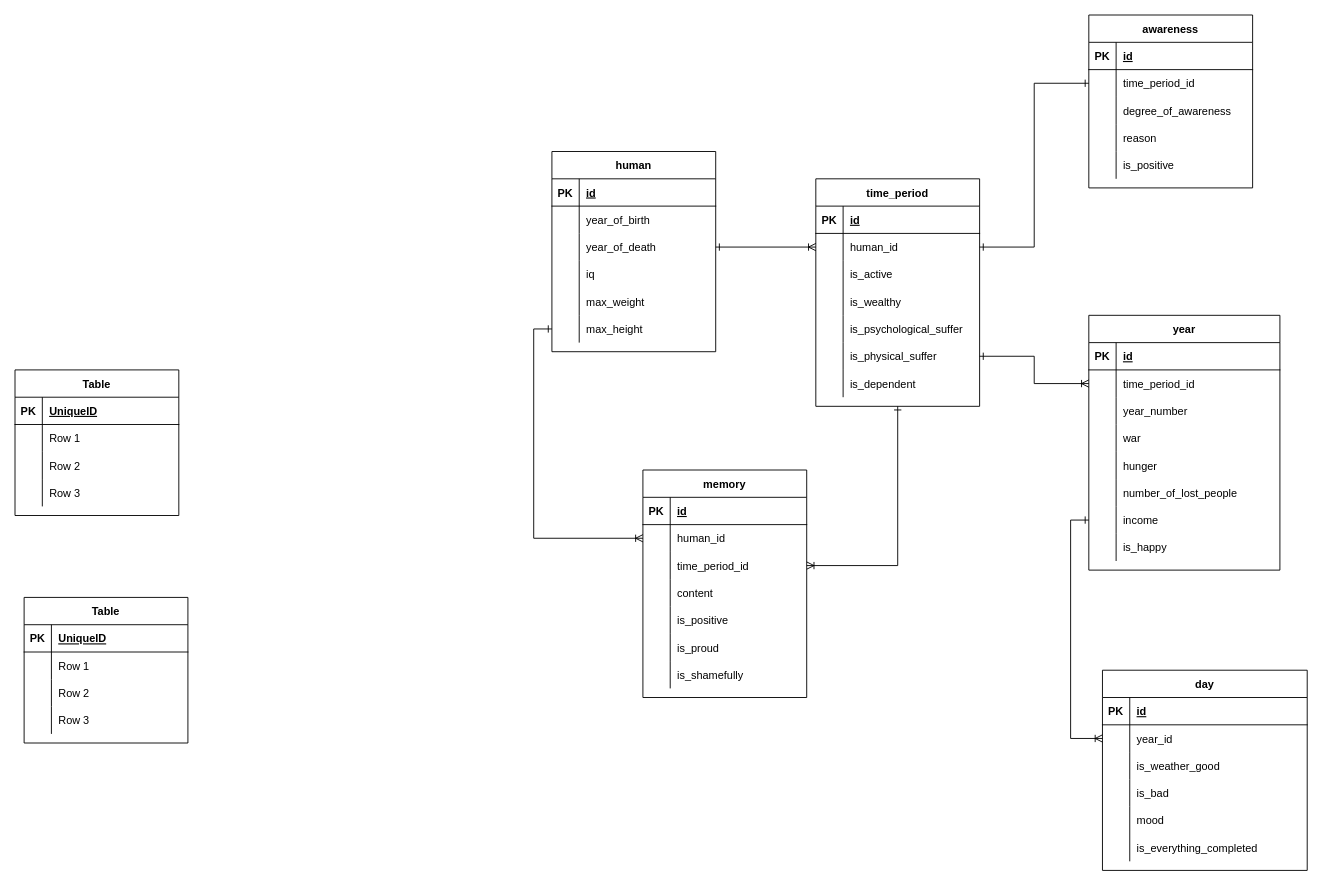
semwett0301/booking-java-back keeps this draw.io diagram as documentation/Untitled Diagram.drawio. Above is the earlier version. Source tidied: cells renumbered, new cells numbered last; positions are measured from the earlier drawing's top-left corner, leaving out a move shared by most shapes. Both pictures are drawn from the tidied source at 91%, with x=0, y=0 at pixel (15, 15).
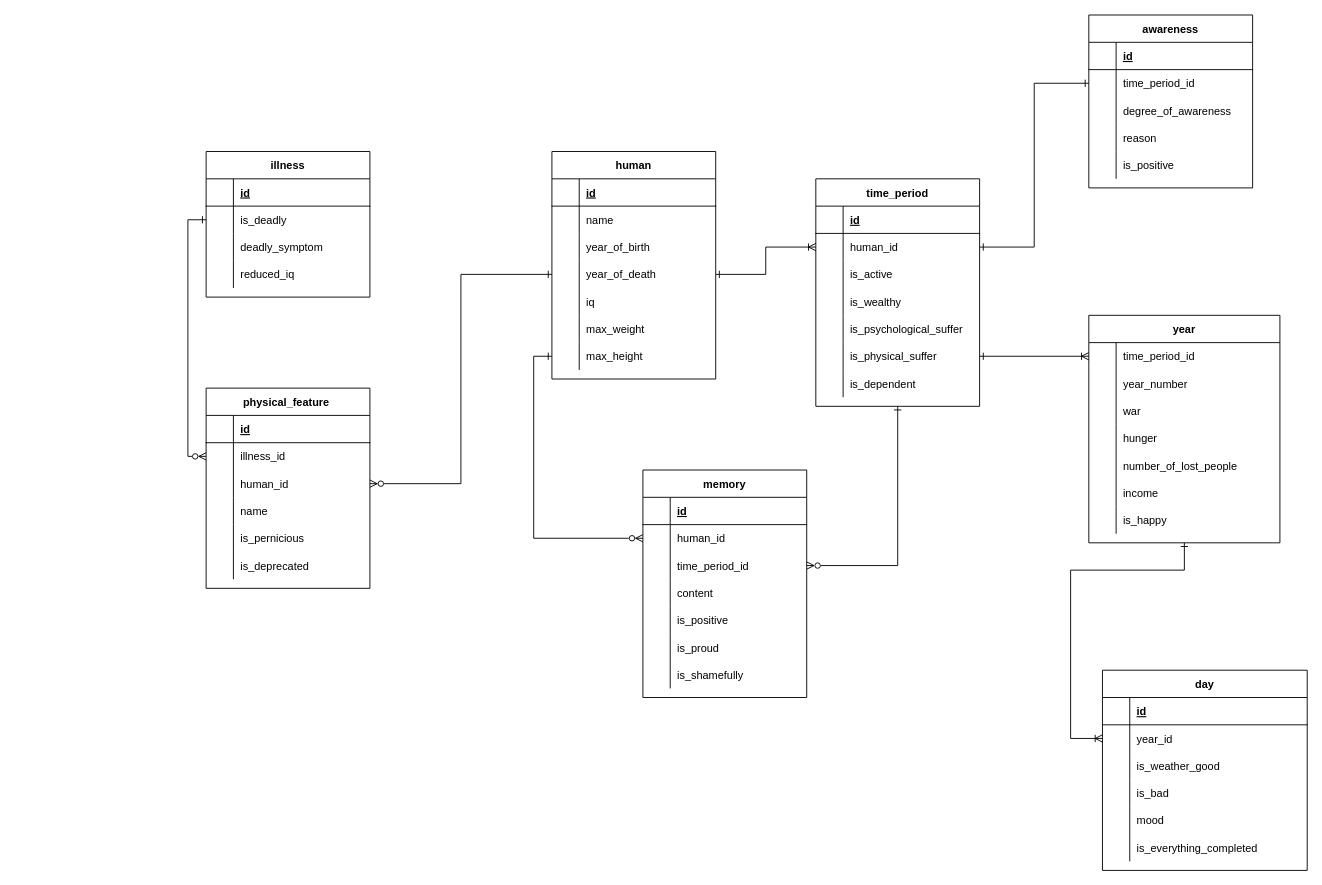
The same page after the edit.

The change refers to these unchanged cells:
```xml
<mxCell id="3" style="shape=tableRow;horizontal=0;startSize=0;swimlaneHead=0;swimlaneBody=0;fillColor=none;top=0;left=0;right=0;bottom=1;" parent="2" vertex="1">
  <mxGeometry y="30" width="180" height="30" as="geometry" />
</mxCell>
<mxCell id="6" style="shape=tableRow;horizontal=0;startSize=0;swimlaneHead=0;swimlaneBody=0;fillColor=none;points=[[0,0.5],[1,0.5]];portConstraint=eastwest;top=0;left=0;right=0;bottom=0;" parent="2" vertex="1">
  <mxGeometry y="60" width="180" height="30" as="geometry" />
</mxCell>
<mxCell id="9" style="shape=tableRow;horizontal=0;startSize=0;swimlaneHead=0;swimlaneBody=0;fillColor=none;points=[[0,0.5],[1,0.5]];portConstraint=eastwest;top=0;left=0;right=0;bottom=0;" parent="2" vertex="1">
  <mxGeometry y="90" width="180" height="30" as="geometry" />
</mxCell>
<mxCell id="25" style="shape=tableRow;horizontal=0;startSize=0;swimlaneHead=0;swimlaneBody=0;fillColor=none;top=0;left=0;right=0;bottom=1;" parent="24" vertex="1">
  <mxGeometry y="30" width="180" height="30" as="geometry" />
</mxCell>
<mxCell id="38" value="time_period" style="shape=table;startSize=30;childLayout=tableLayout;rowLines=0;fontStyle=1;align=center;" parent="1" vertex="1">
  <mxGeometry x="880" y="180" width="180" height="250" as="geometry" />
</mxCell>
<mxCell id="39" style="shape=tableRow;horizontal=0;startSize=0;swimlaneHead=0;swimlaneBody=0;fillColor=none;top=0;left=0;right=0;bottom=1;" parent="38" vertex="1">
  <mxGeometry y="30" width="180" height="30" as="geometry" />
</mxCell>
<mxCell id="61" style="shape=tableRow;horizontal=0;startSize=0;swimlaneHead=0;swimlaneBody=0;fillColor=none;top=0;left=0;right=0;bottom=1;" parent="60" vertex="1">
  <mxGeometry y="30" width="225" height="30" as="geometry" />
</mxCell>
<mxCell id="64" style="shape=tableRow;horizontal=0;startSize=0;swimlaneHead=0;swimlaneBody=0;fillColor=none;points=[[0,0.5],[1,0.5]];portConstraint=eastwest;top=0;left=0;right=0;bottom=0;" parent="60" vertex="1">
  <mxGeometry y="60" width="225" height="30" as="geometry" />
</mxCell>
<mxCell id="80" style="shape=tableRow;horizontal=0;startSize=0;swimlaneHead=0;swimlaneBody=0;fillColor=none;top=0;left=0;right=0;bottom=1;" parent="79" vertex="1">
  <mxGeometry y="30" width="180" height="30" as="geometry" />
</mxCell>
<mxCell id="96" style="shape=tableRow;horizontal=0;startSize=0;swimlaneHead=0;swimlaneBody=0;fillColor=none;top=0;left=0;right=0;bottom=1;" parent="95" vertex="1">
  <mxGeometry y="30" width="180" height="30" as="geometry" />
</mxCell>
<mxCell id="140" style="shape=tableRow;horizontal=0;startSize=0;swimlaneHead=0;swimlaneBody=0;fillColor=none;top=0;left=0;right=0;bottom=1;" parent="139" vertex="1">
  <mxGeometry y="30" width="180" height="30" as="geometry" />
</mxCell>
<mxCell id="143" style="shape=tableRow;horizontal=0;startSize=0;swimlaneHead=0;swimlaneBody=0;fillColor=none;points=[[0,0.5],[1,0.5]];portConstraint=eastwest;top=0;left=0;right=0;bottom=0;" parent="139" vertex="1">
  <mxGeometry y="60" width="180" height="30" as="geometry" />
</mxCell>
<mxCell id="146" style="shape=tableRow;horizontal=0;startSize=0;swimlaneHead=0;swimlaneBody=0;fillColor=none;points=[[0,0.5],[1,0.5]];portConstraint=eastwest;top=0;left=0;right=0;bottom=0;" parent="139" vertex="1">
  <mxGeometry y="90" width="180" height="30" as="geometry" />
</mxCell>
```

Change to the diagram source:
```diff
@@
-    <mxCell id="4" value="PK" style="shape=partialRectangle;fillColor=none;top=0;left=0;bottom=0;right=0;fontStyle=1;overflow=hidden;" parent="3" vertex="1">
+    <mxCell id="4" style="shape=partialRectangle;fillColor=none;top=0;left=0;bottom=0;right=0;fontStyle=1;overflow=hidden;" parent="3" vertex="1">
       <mxGeometry width="30" height="30" as="geometry" />
     </mxCell>
@@
-    <mxCell id="24" value="Table" style="shape=table;startSize=30;childLayout=tableLayout;rowLines=0;fontStyle=1;align=center;" parent="1" vertex="1">
-      <mxGeometry y="390" width="180" height="160" as="geometry" />
+    <mxCell id="24" value="illness" style="shape=table;startSize=30;childLayout=tableLayout;rowLines=0;fontStyle=1;align=center;" parent="1" vertex="1">
+      <mxGeometry x="210" y="150" width="180" height="160" as="geometry" />
     </mxCell>
@@
-    <mxCell id="26" value="PK" style="shape=partialRectangle;fillColor=none;top=0;left=0;bottom=0;right=0;fontStyle=1;overflow=hidden;" parent="25" vertex="1">
+    <mxCell id="26" style="shape=partialRectangle;fillColor=none;top=0;left=0;bottom=0;right=0;fontStyle=1;overflow=hidden;" parent="25" vertex="1">
       <mxGeometry width="30" height="30" as="geometry" />
     </mxCell>
-    <mxCell id="27" value="UniqueID" style="shape=partialRectangle;fillColor=none;top=0;left=0;bottom=0;right=0;align=left;spacingLeft=6;fontStyle=5;overflow=hidden;" parent="25" vertex="1">
+    <mxCell id="27" value="id" style="shape=partialRectangle;fillColor=none;top=0;left=0;bottom=0;right=0;align=left;spacingLeft=6;fontStyle=5;overflow=hidden;" parent="25" vertex="1">
       <mxGeometry x="30" width="150" height="30" as="geometry" />
     </mxCell>
-    <mxCell id="28" style="shape=tableRow;horizontal=0;startSize=0;swimlaneHead=0;swimlaneBody=0;fillColor=none;top=0;left=0;right=0;bottom=0;" parent="24" vertex="1">
-      <mxGeometry y="60" width="180" height="30" as="geometry" />
-    </mxCell>
-    <mxCell id="29" style="shape=partialRectangle;fillColor=none;top=0;left=0;bottom=0;right=0;overflow=hidden;" parent="28" vertex="1">
-      <mxGeometry width="30" height="30" as="geometry" />
-    </mxCell>
-    <mxCell id="30" value="Row 1" style="shape=partialRectangle;fillColor=none;top=0;left=0;bottom=0;right=0;align=left;spacingLeft=6;overflow=hidden;" parent="28" vertex="1">
-      <mxGeometry x="30" width="150" height="30" as="geometry" />
-    </mxCell>
     <mxCell id="31" style="shape=tableRow;horizontal=0;startSize=0;swimlaneHead=0;swimlaneBody=0;fillColor=none;points=[[0,0.5],[1,0.5]];portConstraint=eastwest;top=0;left=0;right=0;bottom=0;" parent="24" vertex="1">
-      <mxGeometry y="90" width="180" height="30" as="geometry" />
+      <mxGeometry y="60" width="180" height="30" as="geometry" />
     </mxCell>
@@
-    <mxCell id="33" value="Row 2" style="shape=partialRectangle;fillColor=none;top=0;left=0;bottom=0;right=0;align=left;spacingLeft=6;overflow=hidden;" parent="31" vertex="1">
+    <mxCell id="33" value="is_deadly" style="shape=partialRectangle;fillColor=none;top=0;left=0;bottom=0;right=0;align=left;spacingLeft=6;overflow=hidden;" parent="31" vertex="1">
       <mxGeometry x="30" width="150" height="30" as="geometry" />
     </mxCell>
     <mxCell id="34" style="shape=tableRow;horizontal=0;startSize=0;swimlaneHead=0;swimlaneBody=0;fillColor=none;top=0;left=0;right=0;bottom=0;" parent="24" vertex="1">
-      <mxGeometry y="120" width="180" height="30" as="geometry" />
+      <mxGeometry y="90" width="180" height="30" as="geometry" />
     </mxCell>
@@
-    <mxCell id="36" value="Row 3" style="shape=partialRectangle;fillColor=none;top=0;left=0;bottom=0;right=0;align=left;spacingLeft=6;overflow=hidden;" parent="34" vertex="1">
+    <mxCell id="36" value="deadly_symptom" style="shape=partialRectangle;fillColor=none;top=0;left=0;bottom=0;right=0;align=left;spacingLeft=6;overflow=hidden;" parent="34" vertex="1">
       <mxGeometry x="30" width="150" height="30" as="geometry" />
     </mxCell>
+    <mxCell id="157" style="shape=tableRow;horizontal=0;startSize=0;swimlaneHead=0;swimlaneBody=0;fillColor=none;top=0;left=0;right=0;bottom=0;" parent="24" vertex="1">
+      <mxGeometry y="120" width="180" height="30" as="geometry" />
+    </mxCell>
+    <mxCell id="158" style="shape=partialRectangle;fillColor=none;top=0;left=0;bottom=0;right=0;overflow=hidden;" parent="157" vertex="1">
+      <mxGeometry width="30" height="30" as="geometry" />
+    </mxCell>
+    <mxCell id="159" value="reduced_iq" style="shape=partialRectangle;fillColor=none;top=0;left=0;bottom=0;right=0;align=left;spacingLeft=6;overflow=hidden;" parent="157" vertex="1">
+      <mxGeometry x="30" width="150" height="30" as="geometry" />
+    </mxCell>
@@
-    <mxCell id="40" value="PK" style="shape=partialRectangle;fillColor=none;top=0;left=0;bottom=0;right=0;fontStyle=1;overflow=hidden;" parent="39" vertex="1">
+    <mxCell id="40" style="shape=partialRectangle;fillColor=none;top=0;left=0;bottom=0;right=0;fontStyle=1;overflow=hidden;" parent="39" vertex="1">
       <mxGeometry width="30" height="30" as="geometry" />
     </mxCell>
@@
-    <mxCell id="62" value="PK" style="shape=partialRectangle;fillColor=none;top=0;left=0;bottom=0;right=0;fontStyle=1;overflow=hidden;" parent="61" vertex="1">
+    <mxCell id="62" style="shape=partialRectangle;fillColor=none;top=0;left=0;bottom=0;right=0;fontStyle=1;overflow=hidden;" parent="61" vertex="1">
       <mxGeometry width="30" height="30" as="geometry" />
     </mxCell>
@@
-    <mxCell id="81" value="PK" style="shape=partialRectangle;fillColor=none;top=0;left=0;bottom=0;right=0;fontStyle=1;overflow=hidden;" parent="80" vertex="1">
+    <mxCell id="81" style="shape=partialRectangle;fillColor=none;top=0;left=0;bottom=0;right=0;fontStyle=1;overflow=hidden;" parent="80" vertex="1">
       <mxGeometry width="30" height="30" as="geometry" />
     </mxCell>
@@
     <mxCell id="95" value="human" style="shape=table;startSize=30;childLayout=tableLayout;rowLines=0;fontStyle=1;align=center;" parent="1" vertex="1">
-      <mxGeometry x="590" y="150" width="180" height="220" as="geometry" />
+      <mxGeometry x="590" y="150" width="180" height="250" as="geometry" />
     </mxCell>
@@
-    <mxCell id="97" value="PK" style="shape=partialRectangle;fillColor=none;top=0;left=0;bottom=0;right=0;fontStyle=1;overflow=hidden;" parent="96" vertex="1">
+    <mxCell id="97" style="shape=partialRectangle;fillColor=none;top=0;left=0;bottom=0;right=0;fontStyle=1;overflow=hidden;" parent="96" vertex="1">
       <mxGeometry width="30" height="30" as="geometry" />
     </mxCell>
@@
+    <mxCell id="28" style="shape=tableRow;horizontal=0;startSize=0;swimlaneHead=0;swimlaneBody=0;fillColor=none;top=0;left=0;right=0;bottom=0;" parent="95" vertex="1">
+      <mxGeometry y="60" width="180" height="30" as="geometry" />
+    </mxCell>
+    <mxCell id="160" style="shape=partialRectangle;fillColor=none;top=0;left=0;bottom=0;right=0;overflow=hidden;" parent="28" vertex="1">
+      <mxGeometry width="30" height="30" as="geometry" />
+    </mxCell>
+    <mxCell id="161" value="name" style="shape=partialRectangle;fillColor=none;top=0;left=0;bottom=0;right=0;align=left;spacingLeft=6;overflow=hidden;" parent="28" vertex="1">
+      <mxGeometry x="30" width="150" height="30" as="geometry" />
+    </mxCell>
     <mxCell id="99" style="shape=tableRow;horizontal=0;startSize=0;swimlaneHead=0;swimlaneBody=0;fillColor=none;top=0;left=0;right=0;bottom=0;" parent="95" vertex="1">
-      <mxGeometry y="60" width="180" height="30" as="geometry" />
+      <mxGeometry y="90" width="180" height="30" as="geometry" />
     </mxCell>
@@
     <mxCell id="102" style="shape=tableRow;horizontal=0;startSize=0;swimlaneHead=0;swimlaneBody=0;fillColor=none;points=[[0,0.5],[1,0.5]];portConstraint=eastwest;top=0;left=0;right=0;bottom=0;" parent="95" vertex="1">
-      <mxGeometry y="90" width="180" height="30" as="geometry" />
+      <mxGeometry y="120" width="180" height="30" as="geometry" />
     </mxCell>
@@
     <mxCell id="105" style="shape=tableRow;horizontal=0;startSize=0;swimlaneHead=0;swimlaneBody=0;fillColor=none;top=0;left=0;right=0;bottom=0;" parent="95" vertex="1">
-      <mxGeometry y="120" width="180" height="30" as="geometry" />
+      <mxGeometry y="150" width="180" height="30" as="geometry" />
     </mxCell>
@@
     <mxCell id="108" style="shape=tableRow;horizontal=0;startSize=0;swimlaneHead=0;swimlaneBody=0;fillColor=none;top=0;left=0;right=0;bottom=0;" parent="95" vertex="1">
-      <mxGeometry y="150" width="180" height="30" as="geometry" />
+      <mxGeometry y="180" width="180" height="30" as="geometry" />
     </mxCell>
@@
     <mxCell id="111" style="shape=tableRow;horizontal=0;startSize=0;swimlaneHead=0;swimlaneBody=0;fillColor=none;points=[[0,0.5],[1,0.5]];portConstraint=eastwest;top=0;left=0;right=0;bottom=0;" parent="95" vertex="1">
-      <mxGeometry y="180" width="180" height="30" as="geometry" />
+      <mxGeometry y="210" width="180" height="30" as="geometry" />
     </mxCell>
@@
     <mxCell id="114" value="year" style="shape=table;startSize=30;childLayout=tableLayout;rowLines=0;fontStyle=1;align=center;" parent="1" vertex="1">
-      <mxGeometry x="1180" y="330" width="210" height="280" as="geometry" />
+      <mxGeometry x="1180" y="330" width="210" height="250" as="geometry" />
     </mxCell>
-    <mxCell id="115" style="shape=tableRow;horizontal=0;startSize=0;swimlaneHead=0;swimlaneBody=0;fillColor=none;top=0;left=0;right=0;bottom=1;" parent="114" vertex="1">
-      <mxGeometry y="30" width="210" height="30" as="geometry" />
-    </mxCell>
-    <mxCell id="116" value="PK" style="shape=partialRectangle;fillColor=none;top=0;left=0;bottom=0;right=0;fontStyle=1;overflow=hidden;" parent="115" vertex="1">
-      <mxGeometry width="30" height="30" as="geometry" />
-    </mxCell>
-    <mxCell id="117" value="id" style="shape=partialRectangle;fillColor=none;top=0;left=0;bottom=0;right=0;align=left;spacingLeft=6;fontStyle=5;overflow=hidden;" parent="115" vertex="1">
-      <mxGeometry x="30" width="180" height="30" as="geometry" />
-    </mxCell>
     <mxCell id="118" style="shape=tableRow;horizontal=0;startSize=0;swimlaneHead=0;swimlaneBody=0;fillColor=none;points=[[0,0.5],[1,0.5]];portConstraint=eastwest;top=0;left=0;right=0;bottom=0;" parent="114" vertex="1">
-      <mxGeometry y="60" width="210" height="30" as="geometry" />
+      <mxGeometry y="30" width="210" height="30" as="geometry" />
     </mxCell>
@@
     <mxCell id="121" style="shape=tableRow;horizontal=0;startSize=0;swimlaneHead=0;swimlaneBody=0;fillColor=none;top=0;left=0;right=0;bottom=0;" parent="114" vertex="1">
-      <mxGeometry y="90" width="210" height="30" as="geometry" />
+      <mxGeometry y="60" width="210" height="30" as="geometry" />
     </mxCell>
@@
     <mxCell id="124" style="shape=tableRow;horizontal=0;startSize=0;swimlaneHead=0;swimlaneBody=0;fillColor=none;top=0;left=0;right=0;bottom=0;" parent="114" vertex="1">
-      <mxGeometry y="120" width="210" height="30" as="geometry" />
+      <mxGeometry y="90" width="210" height="30" as="geometry" />
     </mxCell>
@@
     <mxCell id="127" style="shape=tableRow;horizontal=0;startSize=0;swimlaneHead=0;swimlaneBody=0;fillColor=none;top=0;left=0;right=0;bottom=0;" parent="114" vertex="1">
-      <mxGeometry y="150" width="210" height="30" as="geometry" />
+      <mxGeometry y="120" width="210" height="30" as="geometry" />
     </mxCell>
@@
     <mxCell id="130" style="shape=tableRow;horizontal=0;startSize=0;swimlaneHead=0;swimlaneBody=0;fillColor=none;top=0;left=0;right=0;bottom=0;" parent="114" vertex="1">
-      <mxGeometry y="180" width="210" height="30" as="geometry" />
+      <mxGeometry y="150" width="210" height="30" as="geometry" />
     </mxCell>
@@
     <mxCell id="133" style="shape=tableRow;horizontal=0;startSize=0;swimlaneHead=0;swimlaneBody=0;fillColor=none;points=[[0,0.5],[1,0.5]];portConstraint=eastwest;top=0;left=0;right=0;bottom=0;" parent="114" vertex="1">
-      <mxGeometry y="210" width="210" height="30" as="geometry" />
+      <mxGeometry y="180" width="210" height="30" as="geometry" />
     </mxCell>
@@
     <mxCell id="136" style="shape=tableRow;horizontal=0;startSize=0;swimlaneHead=0;swimlaneBody=0;fillColor=none;top=0;left=0;right=0;bottom=0;" parent="114" vertex="1">
-      <mxGeometry y="240" width="210" height="30" as="geometry" />
+      <mxGeometry y="210" width="210" height="30" as="geometry" />
     </mxCell>
@@
-    <mxCell id="139" value="Table" style="shape=table;startSize=30;childLayout=tableLayout;rowLines=0;fontStyle=1;align=center;" parent="1" vertex="1">
-      <mxGeometry x="10" y="640" width="180" height="160" as="geometry" />
+    <mxCell id="139" value="physical_feature " style="shape=table;startSize=30;childLayout=tableLayout;rowLines=0;fontStyle=1;align=center;" parent="1" vertex="1">
+      <mxGeometry x="210" y="410" width="180" height="220" as="geometry" />
     </mxCell>
@@
-    <mxCell id="141" value="PK" style="shape=partialRectangle;fillColor=none;top=0;left=0;bottom=0;right=0;fontStyle=1;overflow=hidden;" parent="140" vertex="1">
+    <mxCell id="141" style="shape=partialRectangle;fillColor=none;top=0;left=0;bottom=0;right=0;fontStyle=1;overflow=hidden;" parent="140" vertex="1">
       <mxGeometry width="30" height="30" as="geometry" />
     </mxCell>
-    <mxCell id="142" value="UniqueID" style="shape=partialRectangle;fillColor=none;top=0;left=0;bottom=0;right=0;align=left;spacingLeft=6;fontStyle=5;overflow=hidden;" parent="140" vertex="1">
+    <mxCell id="142" value="id" style="shape=partialRectangle;fillColor=none;top=0;left=0;bottom=0;right=0;align=left;spacingLeft=6;fontStyle=5;overflow=hidden;" parent="140" vertex="1">
       <mxGeometry x="30" width="150" height="30" as="geometry" />
     </mxCell>
@@
-    <mxCell id="145" value="Row 1" style="shape=partialRectangle;fillColor=none;top=0;left=0;bottom=0;right=0;align=left;spacingLeft=6;overflow=hidden;" parent="143" vertex="1">
+    <mxCell id="145" value="illness_id" style="shape=partialRectangle;fillColor=none;top=0;left=0;bottom=0;right=0;align=left;spacingLeft=6;overflow=hidden;" parent="143" vertex="1">
       <mxGeometry x="30" width="150" height="30" as="geometry" />
     </mxCell>
@@
-    <mxCell id="148" value="Row 2" style="shape=partialRectangle;fillColor=none;top=0;left=0;bottom=0;right=0;align=left;spacingLeft=6;overflow=hidden;" parent="146" vertex="1">
+    <mxCell id="148" value="human_id" style="shape=partialRectangle;fillColor=none;top=0;left=0;bottom=0;right=0;align=left;spacingLeft=6;overflow=hidden;" parent="146" vertex="1">
       <mxGeometry x="30" width="150" height="30" as="geometry" />
     </mxCell>
+    <mxCell id="162" style="shape=tableRow;horizontal=0;startSize=0;swimlaneHead=0;swimlaneBody=0;fillColor=none;top=0;left=0;right=0;bottom=0;" parent="139" vertex="1">
+      <mxGeometry y="120" width="180" height="30" as="geometry" />
+    </mxCell>
+    <mxCell id="163" style="shape=partialRectangle;fillColor=none;top=0;left=0;bottom=0;right=0;overflow=hidden;" parent="162" vertex="1">
+      <mxGeometry width="30" height="30" as="geometry" />
+    </mxCell>
+    <mxCell id="164" value="name" style="shape=partialRectangle;fillColor=none;top=0;left=0;bottom=0;right=0;align=left;spacingLeft=6;overflow=hidden;" parent="162" vertex="1">
+      <mxGeometry x="30" width="150" height="30" as="geometry" />
+    </mxCell>
+    <mxCell id="165" style="shape=tableRow;horizontal=0;startSize=0;swimlaneHead=0;swimlaneBody=0;fillColor=none;top=0;left=0;right=0;bottom=0;" parent="139" vertex="1">
+      <mxGeometry y="150" width="180" height="30" as="geometry" />
+    </mxCell>
+    <mxCell id="166" style="shape=partialRectangle;fillColor=none;top=0;left=0;bottom=0;right=0;overflow=hidden;" parent="165" vertex="1">
+      <mxGeometry width="30" height="30" as="geometry" />
+    </mxCell>
+    <mxCell id="167" value="is_pernicious" style="shape=partialRectangle;fillColor=none;top=0;left=0;bottom=0;right=0;align=left;spacingLeft=6;overflow=hidden;" parent="165" vertex="1">
+      <mxGeometry x="30" width="150" height="30" as="geometry" />
+    </mxCell>
     <mxCell id="149" style="shape=tableRow;horizontal=0;startSize=0;swimlaneHead=0;swimlaneBody=0;fillColor=none;top=0;left=0;right=0;bottom=0;" parent="139" vertex="1">
-      <mxGeometry y="120" width="180" height="30" as="geometry" />
+      <mxGeometry y="180" width="180" height="30" as="geometry" />
     </mxCell>
@@
-    <mxCell id="151" value="Row 3" style="shape=partialRectangle;fillColor=none;top=0;left=0;bottom=0;right=0;align=left;spacingLeft=6;overflow=hidden;" parent="149" vertex="1">
+    <mxCell id="151" value="is_deprecated" style="shape=partialRectangle;fillColor=none;top=0;left=0;bottom=0;right=0;align=left;spacingLeft=6;overflow=hidden;" parent="149" vertex="1">
       <mxGeometry x="30" width="150" height="30" as="geometry" />
     </mxCell>
@@
-    <mxCell id="154" style="edgeStyle=orthogonalEdgeStyle;rounded=0;jettySize=auto;html=1;startArrow=ERone;startFill=0;endArrow=ERoneToMany;endFill=0;" parent="1" edge="1" source="133" target="64">
+    <mxCell id="154" style="edgeStyle=orthogonalEdgeStyle;rounded=0;jettySize=auto;html=1;startArrow=ERone;startFill=0;endArrow=ERoneToMany;endFill=0;exitX=0.5;exitY=1;exitDx=0;exitDy=0;" parent="1" edge="1" source="114" target="64">
       <mxGeometry relative="1" as="geometry">
         <Array as="points">
-          <mxPoint x="1160" y="555" />
+          <mxPoint x="1285" y="610" />
+          <mxPoint x="1160" y="610" />
           <mxPoint x="1160" y="795" />
         </Array>
       </mxGeometry>
     </mxCell>
-    <mxCell id="155" style="edgeStyle=orthogonalEdgeStyle;rounded=0;jettySize=auto;html=1;entryX=1;entryY=0.5;entryDx=0;entryDy=0;startArrow=ERone;startFill=0;endArrow=ERoneToMany;endFill=0;exitX=0.5;exitY=1;exitDx=0;exitDy=0;" parent="1" edge="1" source="38" target="9">
+    <mxCell id="155" style="edgeStyle=orthogonalEdgeStyle;rounded=0;jettySize=auto;html=1;entryX=1;entryY=0.5;entryDx=0;entryDy=0;startArrow=ERone;startFill=0;endArrow=ERzeroToMany;endFill=0;exitX=0.5;exitY=1;exitDx=0;exitDy=0;" parent="1" edge="1" source="38" target="9">
       <mxGeometry relative="1" as="geometry">
         <Array as="points">
           <mxPoint x="970" y="605" />
         </Array>
       </mxGeometry>
     </mxCell>
-    <mxCell id="156" style="edgeStyle=orthogonalEdgeStyle;rounded=0;jettySize=auto;html=1;entryX=0;entryY=0.5;entryDx=0;entryDy=0;startArrow=ERone;startFill=0;endArrow=ERoneToMany;endFill=0;exitX=0;exitY=0.5;exitDx=0;exitDy=0;" parent="1" edge="1" source="111" target="6">
+    <mxCell id="156" style="edgeStyle=orthogonalEdgeStyle;rounded=0;jettySize=auto;html=1;entryX=0;entryY=0.5;entryDx=0;entryDy=0;startArrow=ERone;startFill=0;endArrow=ERzeroToMany;endFill=0;exitX=0;exitY=0.5;exitDx=0;exitDy=0;" parent="1" edge="1" source="111" target="6">
       <mxGeometry relative="1" as="geometry" />
     </mxCell>
+    <mxCell id="168" style="edgeStyle=orthogonalEdgeStyle;rounded=0;jettySize=auto;html=1;entryX=0;entryY=0.5;entryDx=0;entryDy=0;startArrow=ERzeroToMany;startFill=0;endArrow=ERone;endFill=0;" parent="1" edge="1" source="143" target="31">
+      <mxGeometry relative="1" as="geometry" />
+    </mxCell>
+    <mxCell id="169" style="edgeStyle=orthogonalEdgeStyle;rounded=0;jettySize=auto;html=1;entryX=1;entryY=0.5;entryDx=0;entryDy=0;startArrow=ERone;startFill=0;endArrow=ERzeroToMany;endFill=0;" parent="1" edge="1" source="102" target="146">
+      <mxGeometry relative="1" as="geometry" />
+    </mxCell>
```
